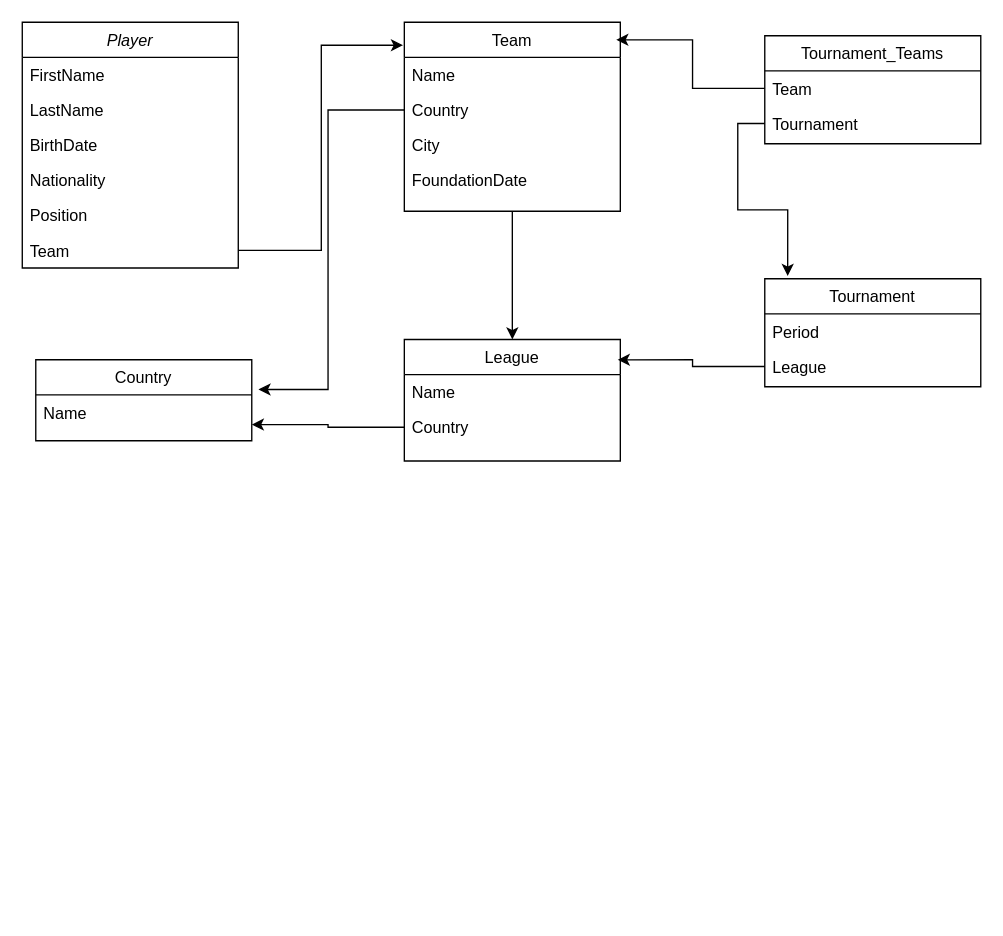
Earlier version of the draw.io diagram Untitled Diagram.drawio (alanmacgowan/alanmacgowan.github.io). Source tidied: cells renumbered, new cells numbered last; positions are measured from the earlier drawing's top-left corner, leaving out a move shared by most shapes. Both pictures are drawn from the tidied source at 135%, with x=0, y=0 at pixel (22, 22).
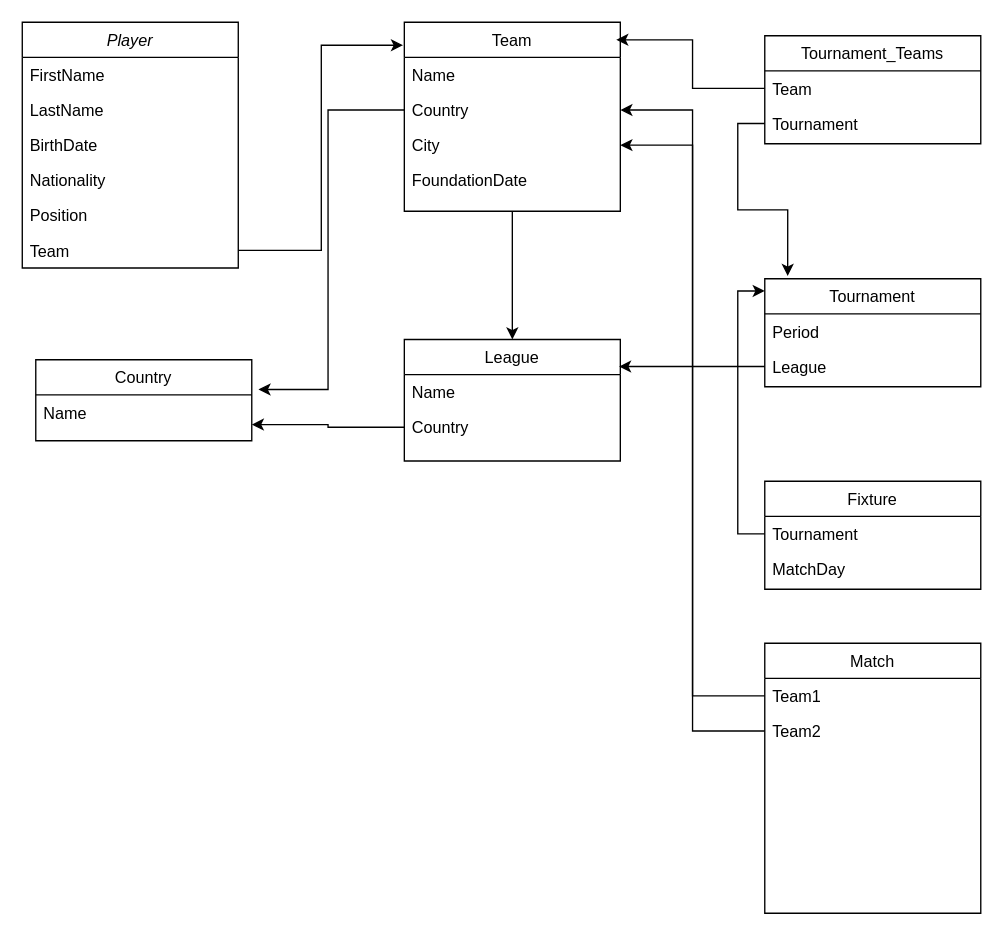
After the change.

The change refers to these unchanged cells:
```xml
<mxCell id="11" value="League" style="swimlane;fontStyle=0;align=center;verticalAlign=top;horizontal=1;startSize=26;rounded=0;shadow=0;strokeWidth=1;" parent="1" vertex="1">
  <mxGeometry x="283" y="235" width="160" height="90" as="geometry" />
</mxCell>
<mxCell id="12" value="Name" style="text;align=left;verticalAlign=top;spacingLeft=4;spacingRight=4;overflow=hidden;points=[[0,0.5],[1,0.5]];portConstraint=eastwest;" parent="11" vertex="1">
  <mxGeometry y="26" width="160" height="26" as="geometry" />
</mxCell>
<mxCell id="17" value="Country" style="text;align=left;verticalAlign=top;spacingLeft=4;spacingRight=4;overflow=hidden;points=[[0,0.5],[1,0.5]];portConstraint=eastwest;rounded=0;shadow=0;html=0;" parent="15" vertex="1">
  <mxGeometry y="52" width="160" height="26" as="geometry" />
</mxCell>
<mxCell id="18" value="City" style="text;align=left;verticalAlign=top;spacingLeft=4;spacingRight=4;overflow=hidden;points=[[0,0.5],[1,0.5]];portConstraint=eastwest;rounded=0;shadow=0;html=0;" parent="15" vertex="1">
  <mxGeometry y="78" width="160" height="26" as="geometry" />
</mxCell>
<mxCell id="20" value="Tournament" style="swimlane;fontStyle=0;align=center;verticalAlign=top;horizontal=1;startSize=26;rounded=0;shadow=0;strokeWidth=1;" parent="1" vertex="1">
  <mxGeometry x="550" y="190" width="160" height="80" as="geometry" />
</mxCell>
<mxCell id="22" value="League" style="text;align=left;verticalAlign=top;spacingLeft=4;spacingRight=4;overflow=hidden;points=[[0,0.5],[1,0.5]];portConstraint=eastwest;rounded=0;shadow=0;html=0;" parent="20" vertex="1">
  <mxGeometry y="52" width="160" height="26" as="geometry" />
</mxCell>
```

Diff of the diagram source:
```diff
@@
-    <mxCell id="31" style="edgeStyle=orthogonalEdgeStyle;rounded=0;jettySize=auto;html=1;entryX=0.988;entryY=0.167;entryDx=0;entryDy=0;entryPerimeter=0;" parent="1" edge="1" source="22" target="11">
-      <mxGeometry relative="1" as="geometry" />
-    </mxCell>
+    <mxCell id="32" value="Fixture" style="swimlane;fontStyle=0;align=center;verticalAlign=top;horizontal=1;startSize=26;rounded=0;shadow=0;strokeWidth=1;" parent="1" vertex="1">
+      <mxGeometry x="550" y="340" width="160" height="80" as="geometry" />
+    </mxCell>
+    <mxCell id="33" value="Tournament" style="text;align=left;verticalAlign=top;spacingLeft=4;spacingRight=4;overflow=hidden;points=[[0,0.5],[1,0.5]];portConstraint=eastwest;" parent="32" vertex="1">
+      <mxGeometry y="26" width="160" height="26" as="geometry" />
+    </mxCell>
+    <mxCell id="34" value="MatchDay" style="text;align=left;verticalAlign=top;spacingLeft=4;spacingRight=4;overflow=hidden;rounded=0;shadow=0;html=0;" parent="32" vertex="1">
+      <mxGeometry y="52" width="160" height="26" as="geometry" />
+    </mxCell>
+    <mxCell id="35" value="Match" style="swimlane;fontStyle=0;align=center;verticalAlign=top;horizontal=1;startSize=26;rounded=0;shadow=0;strokeWidth=1;" parent="1" vertex="1">
+      <mxGeometry x="550" y="460" width="160" height="200" as="geometry" />
+    </mxCell>
+    <mxCell id="36" value="Team1" style="text;align=left;verticalAlign=top;spacingLeft=4;spacingRight=4;overflow=hidden;points=[[0,0.5],[1,0.5]];portConstraint=eastwest;" parent="35" vertex="1">
+      <mxGeometry y="26" width="160" height="26" as="geometry" />
+    </mxCell>
+    <mxCell id="37" value="Team2" style="text;align=left;verticalAlign=top;spacingLeft=4;spacingRight=4;overflow=hidden;points=[[0,0.5],[1,0.5]];portConstraint=eastwest;rounded=0;shadow=0;html=0;" parent="35" vertex="1">
+      <mxGeometry y="52" width="160" height="26" as="geometry" />
+    </mxCell>
+    <mxCell id="38" style="edgeStyle=orthogonalEdgeStyle;rounded=0;jettySize=auto;html=1;entryX=0;entryY=0.113;entryDx=0;entryDy=0;entryPerimeter=0;" parent="1" edge="1" source="33" target="20">
+      <mxGeometry relative="1" as="geometry" />
+    </mxCell>
+    <mxCell id="39" style="edgeStyle=orthogonalEdgeStyle;rounded=0;jettySize=auto;html=1;entryX=1;entryY=0.5;entryDx=0;entryDy=0;" parent="1" edge="1" source="36" target="17">
+      <mxGeometry relative="1" as="geometry" />
+    </mxCell>
+    <mxCell id="40" style="edgeStyle=orthogonalEdgeStyle;rounded=0;jettySize=auto;html=1;entryX=1;entryY=0.5;entryDx=0;entryDy=0;" parent="1" edge="1" source="37" target="18">
+      <mxGeometry relative="1" as="geometry" />
+    </mxCell>
+    <mxCell id="41" style="edgeStyle=orthogonalEdgeStyle;rounded=0;jettySize=auto;html=1;entryX=0.994;entryY=-0.231;entryDx=0;entryDy=0;entryPerimeter=0;" parent="1" edge="1" source="22" target="12">
+      <mxGeometry relative="1" as="geometry" />
+    </mxCell>
```
